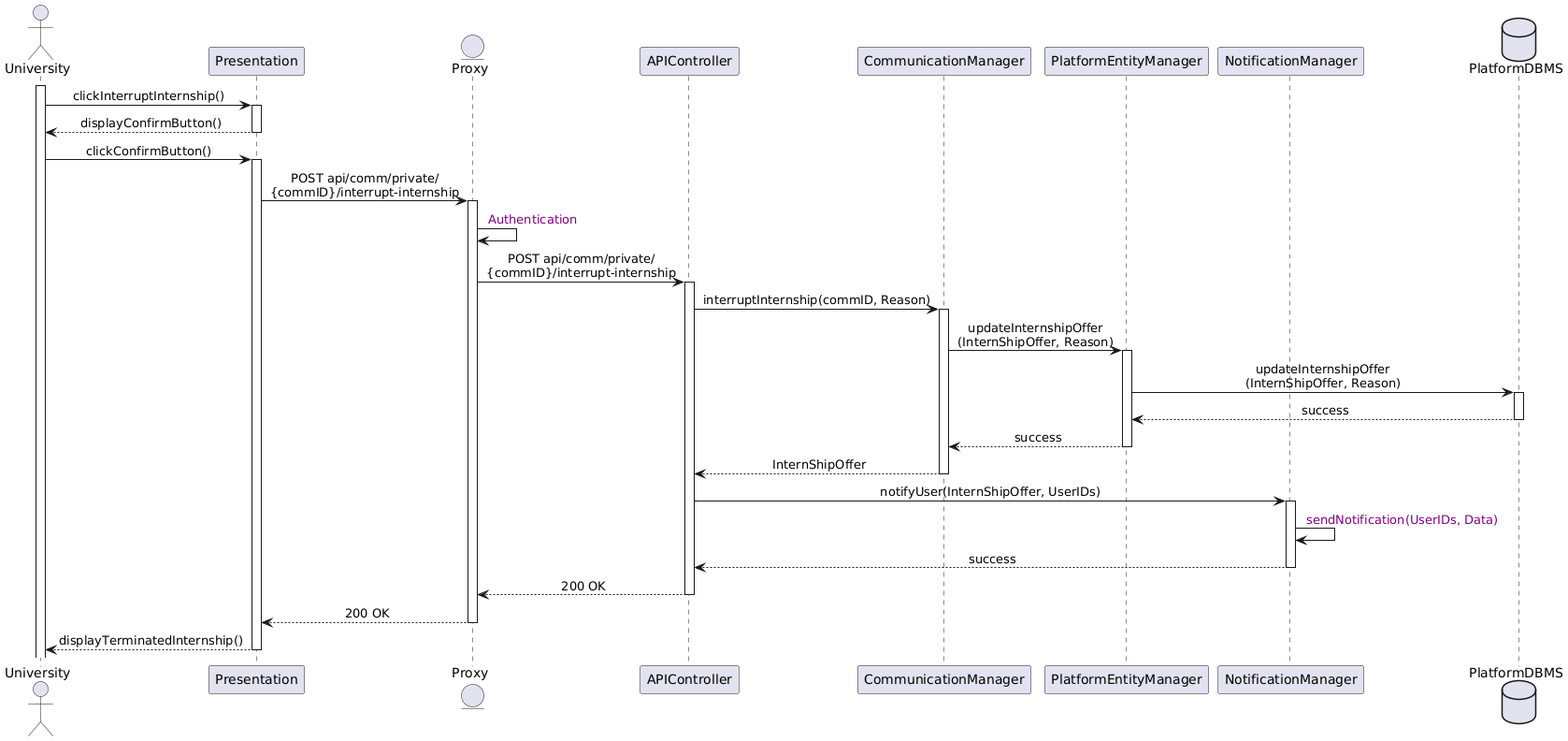
Above: Diagrams/SequenceDiagrams/DD/Images/19UniversityInterruptsIntership.png in Slaitroc/RicciPaoliGrisoni (PlantUML), before the change.
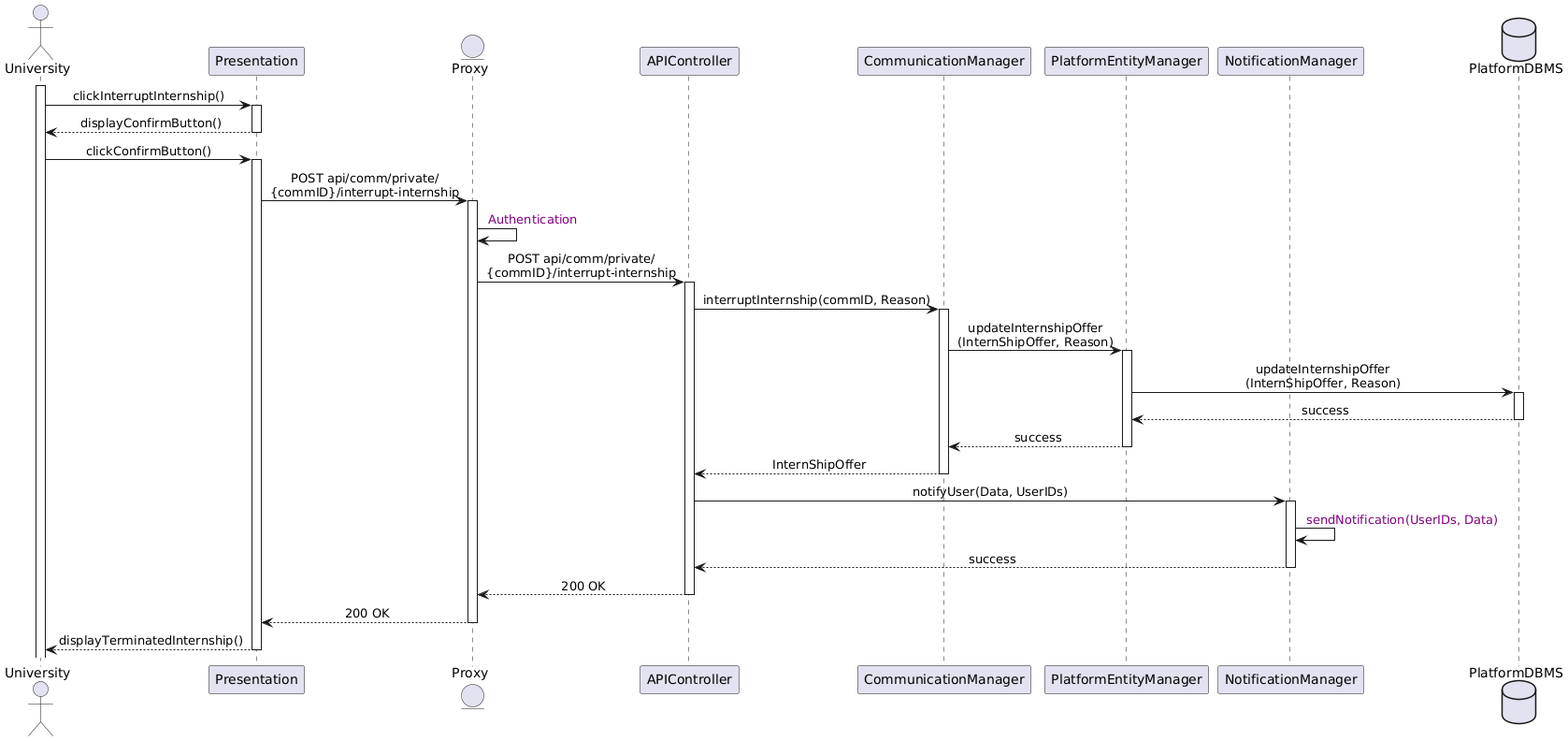
The same file after the commit.

The edit, as a diff of the source:
```diff
@@ -34,7 +34,7 @@
 deactivate PlatformEntityManager
 CommunicationManager --> APIController : InternShipOffer
 deactivate CommunicationManager
-APIController -> NotificationManager : notifyUser(InternShipOffer, UserIDs)
+APIController -> NotificationManager : notifyUser(Data, UserIDs)
 activate NotificationManager
 NotificationManager -> NotificationManager : <color:purple> sendNotification(UserIDs, Data)
 NotificationManager --> APIController : success
```
